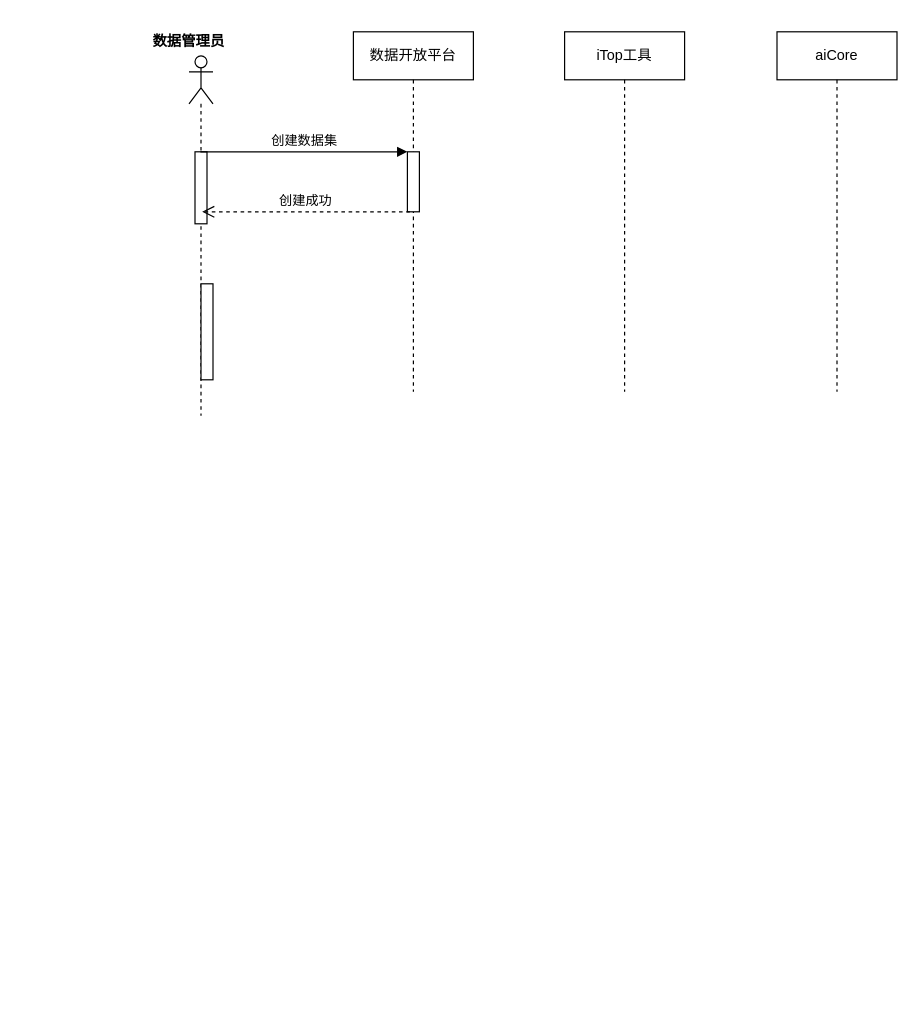
Earlier version of the draw.io diagram it-seq-in.drawio (luyuandeng/drawio). Source tidied: cells renumbered, new cells numbered last; positions are measured from the earlier drawing's top-left corner, leaving out a move shared by most shapes. Both pictures are drawn from the tidied source at 120%, with x=0, y=0 at pixel (140, 24).
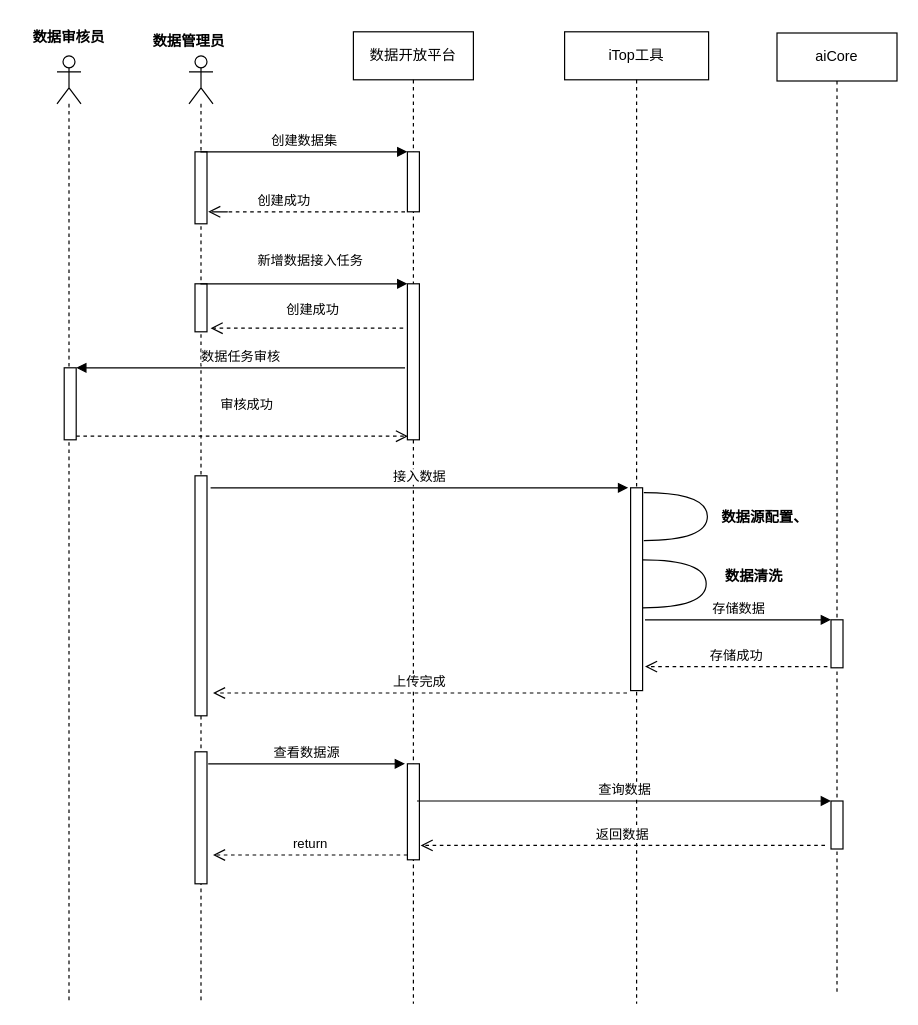
The same diagram, later.

Change to the diagram source:
```diff
@@
     <mxCell id="2" value="数据开放平台" style="shape=umlLifeline;perimeter=lifelinePerimeter;whiteSpace=wrap;html=1;" parent="1" vertex="1">
-      <mxGeometry x="177" y="6" width="100" height="300" as="geometry" />
+      <mxGeometry x="177" y="6" width="100" height="810" as="geometry" />
     </mxCell>
@@
+    <mxCell id="12" style="html=1;points=[];perimeter=orthogonalPerimeter;" parent="2" vertex="1">
+      <mxGeometry x="45" y="210" width="10" height="130" as="geometry" />
+    </mxCell>
+    <mxCell id="13" style="html=1;points=[];perimeter=orthogonalPerimeter;" parent="2" vertex="1">
+      <mxGeometry x="45" y="610" width="10" height="80" as="geometry" />
+    </mxCell>
     <mxCell id="4" value="iTop工具" style="shape=umlLifeline;perimeter=lifelinePerimeter;whiteSpace=wrap;html=1;" parent="1" vertex="1">
-      <mxGeometry x="353" y="6" width="100" height="300" as="geometry" />
+      <mxGeometry x="353" y="6" width="120" height="810" as="geometry" />
     </mxCell>
+    <mxCell id="14" style="html=1;perimeter=orthogonalPerimeter;" parent="4" vertex="1">
+      <mxGeometry x="55" y="380" width="10" height="169" as="geometry" />
+    </mxCell>
+    <mxCell id="15" style="shape=requiredInterface;html=1;verticalLabelPosition=bottom;" parent="4" vertex="1">
+      <mxGeometry x="66" y="384" width="53" height="40" as="geometry" />
+    </mxCell>
     <mxCell id="5" value="aiCore" style="shape=umlLifeline;perimeter=lifelinePerimeter;whiteSpace=wrap;html=1;" parent="1" vertex="1">
-      <mxGeometry x="530" y="6" width="100" height="300" as="geometry" />
+      <mxGeometry x="530" y="7" width="100" height="799" as="geometry" />
     </mxCell>
+    <mxCell id="16" style="html=1;points=[];perimeter=orthogonalPerimeter;" parent="5" vertex="1">
+      <mxGeometry x="45" y="489" width="10" height="40" as="geometry" />
+    </mxCell>
+    <mxCell id="17" style="html=1;points=[];perimeter=orthogonalPerimeter;" parent="5" vertex="1">
+      <mxGeometry x="45" y="640" width="10" height="40" as="geometry" />
+    </mxCell>
     <mxCell id="6" style="shape=umlLifeline;participant=umlActor;perimeter=lifelinePerimeter;whiteSpace=wrap;html=1;verticalAlign=top;spacingTop=36;outlineConnect=0;" parent="1" vertex="1">
-      <mxGeometry x="40" y="26" width="20" height="300" as="geometry" />
+      <mxGeometry x="40" y="26" width="20" height="790" as="geometry" />
     </mxCell>
@@
     <mxCell id="8" style="html=1;perimeter=orthogonalPerimeter;" parent="6" vertex="1">
-      <mxGeometry x="10" y="190" width="10" height="80" as="geometry" />
+      <mxGeometry x="5" y="190" width="10" height="40" as="geometry" />
     </mxCell>
+    <mxCell id="18" style="html=1;perimeter=orthogonalPerimeter;" parent="6" vertex="1">
+      <mxGeometry x="5" y="350" width="10" height="200" as="geometry" />
+    </mxCell>
+    <mxCell id="19" style="html=1;perimeter=orthogonalPerimeter;" parent="6" vertex="1">
+      <mxGeometry x="5" y="580" width="10" height="110" as="geometry" />
+    </mxCell>
@@
     <mxCell id="11" value="创建成功" style="html=1;verticalAlign=bottom;endArrow=open;dashed=1;endSize=8;" parent="1" edge="1">
       <mxGeometry relative="1" as="geometry">
-        <mxPoint x="224" y="156" as="sourcePoint" />
-        <mxPoint x="51" y="156" as="targetPoint" />
+        <mxPoint x="220" y="156" as="sourcePoint" />
+        <mxPoint x="56" y="156" as="targetPoint" />
         <Array as="points">
-          <mxPoint x="51" y="156" />
+          <mxPoint x="56" y="156" />
+          <mxPoint x="75" y="156" />
         </Array>
       </mxGeometry>
     </mxCell>
+    <mxCell id="20" value="新增数据接入任务" style="html=1;verticalAlign=bottom;endArrow=block;entryX=0;entryY=0;" parent="1" edge="1" source="6" target="12">
+      <mxGeometry x="0.05" y="10" relative="1" as="geometry" />
+    </mxCell>
+    <mxCell id="21" style="shape=umlLifeline;participant=umlActor;perimeter=lifelinePerimeter;whiteSpace=wrap;html=1;verticalAlign=top;spacingTop=36;" parent="1" vertex="1">
+      <mxGeometry x="-70" y="26" width="20" height="790" as="geometry" />
+    </mxCell>
+    <mxCell id="22" style="html=1;points=[];perimeter=orthogonalPerimeter;" parent="21" vertex="1">
+      <mxGeometry x="6" y="260" width="10" height="60" as="geometry" />
+    </mxCell>
+    <mxCell id="23" value="数据审核员" style="text;align=center;fontStyle=1;verticalAlign=middle;spacingLeft=3;spacingRight=3;strokeColor=none;" parent="1" vertex="1">
+      <mxGeometry x="-100" y="-3" width="80" height="26" as="geometry" />
+    </mxCell>
+    <mxCell id="24" value="创建成功" style="html=1;verticalAlign=bottom;endArrow=open;dashed=1;endSize=8;" parent="1" edge="1">
+      <mxGeometry x="-0.05" y="-6" relative="1" as="geometry">
+        <mxPoint x="218.5" y="253" as="sourcePoint" />
+        <mxPoint x="58" y="253" as="targetPoint" />
+        <Array as="points">
+          <mxPoint x="138.5" y="253" />
+        </Array>
+      </mxGeometry>
+    </mxCell>
+    <mxCell id="25" value="数据任务审核" style="html=1;verticalAlign=bottom;endArrow=block;entryX=1;entryY=0;" parent="1" edge="1" target="22">
+      <mxGeometry relative="1" as="geometry">
+        <mxPoint x="220" y="286" as="sourcePoint" />
+      </mxGeometry>
+    </mxCell>
+    <mxCell id="26" value="审核成功" style="html=1;verticalAlign=bottom;endArrow=open;dashed=1;endSize=8;" parent="1" edge="1">
+      <mxGeometry x="0.03" y="17" relative="1" as="geometry">
+        <mxPoint x="-54" y="343" as="sourcePoint" />
+        <mxPoint x="222.5" y="343" as="targetPoint" />
+      </mxGeometry>
+    </mxCell>
+    <mxCell id="27" value="接入数据" style="html=1;verticalAlign=bottom;endArrow=block;entryX=0;entryY=0;" parent="1" edge="1">
+      <mxGeometry relative="1" as="geometry">
+        <mxPoint x="58" y="386" as="sourcePoint" />
+        <mxPoint x="406" y="386" as="targetPoint" />
+      </mxGeometry>
+    </mxCell>
+    <mxCell id="28" value="上传完成" style="html=1;verticalAlign=bottom;endArrow=open;dashed=1;endSize=8;" parent="1" edge="1">
+      <mxGeometry relative="1" as="geometry">
+        <mxPoint x="405" y="557" as="sourcePoint" />
+        <mxPoint x="60" y="557" as="targetPoint" />
+        <Array as="points">
+          <mxPoint x="93" y="557" />
+        </Array>
+      </mxGeometry>
+    </mxCell>
+    <mxCell id="29" value="存储数据" style="html=1;verticalAlign=bottom;endArrow=block;entryX=0;entryY=0;" parent="1" edge="1" target="16">
+      <mxGeometry relative="1" as="geometry">
+        <mxPoint x="420" y="496" as="sourcePoint" />
+      </mxGeometry>
+    </mxCell>
+    <mxCell id="30" value="存储成功" style="html=1;verticalAlign=bottom;endArrow=open;dashed=1;endSize=8;" parent="1" edge="1">
+      <mxGeometry relative="1" as="geometry">
+        <mxPoint x="572" y="535" as="sourcePoint" />
+        <mxPoint x="420" y="535" as="targetPoint" />
+      </mxGeometry>
+    </mxCell>
+    <mxCell id="31" style="shape=requiredInterface;html=1;verticalLabelPosition=bottom;" parent="1" vertex="1">
+      <mxGeometry x="418" y="446" width="53" height="40" as="geometry" />
+    </mxCell>
+    <mxCell id="32" value="数据源配置、" style="text;align=center;fontStyle=1;verticalAlign=middle;spacingLeft=3;spacingRight=3;strokeColor=none;" parent="1" vertex="1">
+      <mxGeometry x="480" y="397" width="80" height="26" as="geometry" />
+    </mxCell>
+    <mxCell id="33" value="数据清洗" style="text;align=center;fontStyle=1;verticalAlign=middle;spacingLeft=3;spacingRight=3;strokeColor=none;" parent="1" vertex="1">
+      <mxGeometry x="471" y="446" width="80" height="26" as="geometry" />
+    </mxCell>
+    <mxCell id="34" value="查看数据源" style="html=1;verticalAlign=bottom;endArrow=block;entryX=0;entryY=0;" parent="1" edge="1">
+      <mxGeometry relative="1" as="geometry">
+        <mxPoint x="56" y="616" as="sourcePoint" />
+        <mxPoint x="220" y="616" as="targetPoint" />
+      </mxGeometry>
+    </mxCell>
+    <mxCell id="35" value="return" style="html=1;verticalAlign=bottom;endArrow=open;dashed=1;endSize=8;exitX=0;exitY=0.95;" parent="1" edge="1" source="13">
+      <mxGeometry relative="1" as="geometry">
+        <mxPoint x="60" y="692" as="targetPoint" />
+      </mxGeometry>
+    </mxCell>
+    <mxCell id="36" value="返回数据" style="html=1;verticalAlign=bottom;endArrow=open;dashed=1;endSize=8;" parent="1" edge="1">
+      <mxGeometry relative="1" as="geometry">
+        <mxPoint x="570" y="684" as="sourcePoint" />
+        <mxPoint x="233" y="684" as="targetPoint" />
+      </mxGeometry>
+    </mxCell>
+    <mxCell id="37" value="查询数据" style="html=1;verticalAlign=bottom;endArrow=block;entryX=0;entryY=0;" parent="1" edge="1" target="17">
+      <mxGeometry relative="1" as="geometry">
+        <mxPoint x="230" y="647" as="sourcePoint" />
+      </mxGeometry>
+    </mxCell>
```
